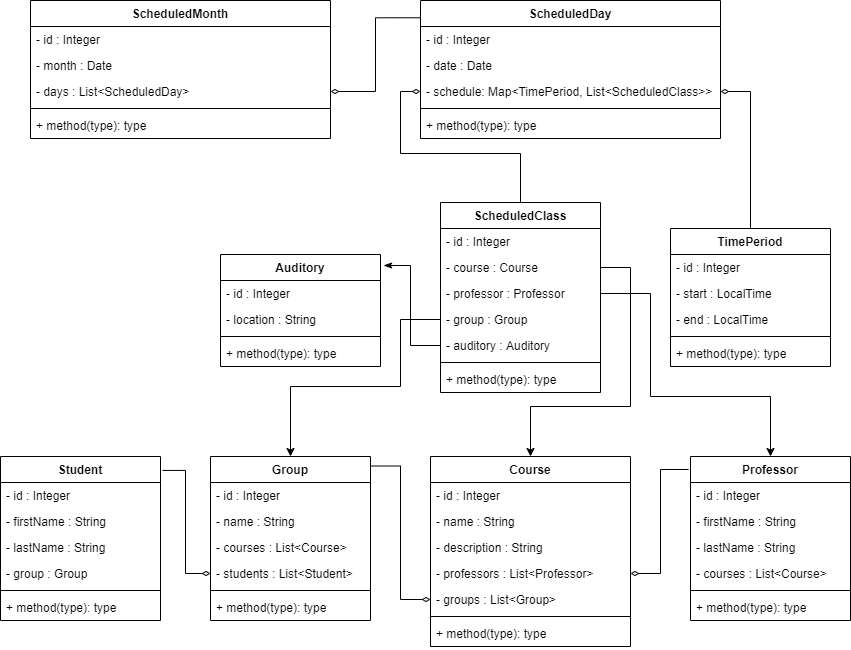
dahgor/university-timetable keeps this draw.io diagram as university.png. Above is the earlier version. Source tidied: cells renumbered, new cells last; positions are measured from the earlier drawing's top-left corner, leaving out a move shared by most shapes.
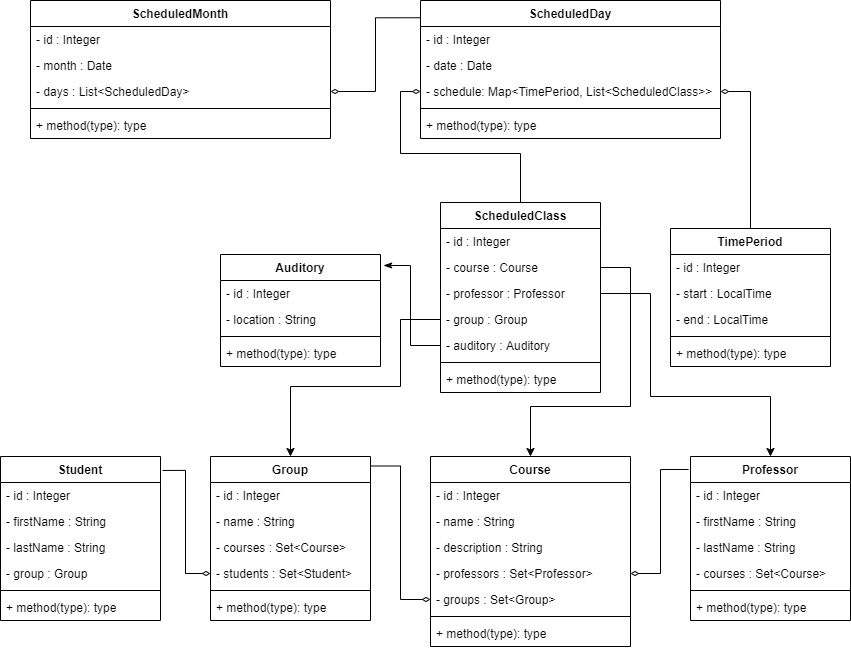
The same diagram one commit later.

Commit message:
Changed List to Set

Change to the diagram source:
```diff
@@ -137,10 +137,10 @@
     <mxCell id="46" value="- name : String" style="text;strokeColor=none;fillColor=none;align=left;verticalAlign=top;spacingLeft=4;spacingRight=4;overflow=hidden;" parent="44" vertex="1">
       <mxGeometry y="52" width="160" height="26" as="geometry" />
     </mxCell>
-    <mxCell id="47" value="- courses : List&lt;Course&gt;" style="text;strokeColor=none;fillColor=none;align=left;verticalAlign=top;spacingLeft=4;spacingRight=4;overflow=hidden;" parent="44" vertex="1">
+    <mxCell id="47" value="- courses : Set&lt;Course&gt;" style="text;strokeColor=none;fillColor=none;align=left;verticalAlign=top;spacingLeft=4;spacingRight=4;overflow=hidden;" parent="44" vertex="1">
       <mxGeometry y="78" width="160" height="26" as="geometry" />
     </mxCell>
-    <mxCell id="48" value="- students : List&lt;Student&gt;" style="text;strokeColor=none;fillColor=none;align=left;verticalAlign=top;spacingLeft=4;spacingRight=4;overflow=hidden;points=[[0,0.5],[1,0.5]];portConstraint=eastwest;" parent="44" vertex="1">
+    <mxCell id="48" value="- students : Set&lt;Student&gt;" style="text;strokeColor=none;fillColor=none;align=left;verticalAlign=top;spacingLeft=4;spacingRight=4;overflow=hidden;points=[[0,0.5],[1,0.5]];portConstraint=eastwest;" parent="44" vertex="1">
       <mxGeometry y="104" width="160" height="26" as="geometry" />
     </mxCell>
     <mxCell id="49" style="line;strokeWidth=1;fillColor=none;align=left;verticalAlign=middle;spacingTop=-1;spacingLeft=3;spacingRight=3;labelPosition=right;" parent="44" vertex="1">
@@ -161,10 +161,10 @@
     <mxCell id="54" value="- description : String" style="text;strokeColor=none;fillColor=none;align=left;verticalAlign=top;spacingLeft=4;spacingRight=4;overflow=hidden;" parent="51" vertex="1">
       <mxGeometry y="78" width="200" height="26" as="geometry" />
     </mxCell>
-    <mxCell id="55" value="- professors : List&lt;Professor&gt;" style="text;strokeColor=none;fillColor=none;align=left;verticalAlign=top;spacingLeft=4;spacingRight=4;overflow=hidden;points=[[0,0.5],[1,0.5]];portConstraint=eastwest;" parent="51" vertex="1">
+    <mxCell id="55" value="- professors : Set&lt;Professor&gt;" style="text;strokeColor=none;fillColor=none;align=left;verticalAlign=top;spacingLeft=4;spacingRight=4;overflow=hidden;points=[[0,0.5],[1,0.5]];portConstraint=eastwest;" parent="51" vertex="1">
       <mxGeometry y="104" width="200" height="26" as="geometry" />
     </mxCell>
-    <mxCell id="56" value="- groups : List&lt;Group&gt;" style="text;strokeColor=none;fillColor=none;align=left;verticalAlign=top;spacingLeft=4;spacingRight=4;overflow=hidden;points=[[0,0.5],[1,0.5]];portConstraint=eastwest;" parent="51" vertex="1">
+    <mxCell id="56" value="- groups : Set&lt;Group&gt;" style="text;strokeColor=none;fillColor=none;align=left;verticalAlign=top;spacingLeft=4;spacingRight=4;overflow=hidden;points=[[0,0.5],[1,0.5]];portConstraint=eastwest;" parent="51" vertex="1">
       <mxGeometry y="130" width="200" height="26" as="geometry" />
     </mxCell>
     <mxCell id="57" style="line;strokeWidth=1;fillColor=none;align=left;verticalAlign=middle;spacingTop=-1;spacingLeft=3;spacingRight=3;labelPosition=right;" parent="51" vertex="1">
@@ -185,7 +185,7 @@
     <mxCell id="62" value="- lastName : String" style="text;strokeColor=none;fillColor=none;align=left;verticalAlign=top;spacingLeft=4;spacingRight=4;overflow=hidden;" parent="59" vertex="1">
       <mxGeometry y="78" width="160" height="26" as="geometry" />
     </mxCell>
-    <mxCell id="63" value="- courses : List&lt;Course&gt;" style="text;strokeColor=none;fillColor=none;align=left;verticalAlign=top;spacingLeft=4;spacingRight=4;overflow=hidden;" parent="59" vertex="1">
+    <mxCell id="63" value="- courses : Set&lt;Course&gt;" style="text;strokeColor=none;fillColor=none;align=left;verticalAlign=top;spacingLeft=4;spacingRight=4;overflow=hidden;" parent="59" vertex="1">
       <mxGeometry y="104" width="160" height="26" as="geometry" />
     </mxCell>
     <mxCell id="64" style="line;strokeWidth=1;fillColor=none;align=left;verticalAlign=middle;spacingTop=-1;spacingLeft=3;spacingRight=3;labelPosition=right;" parent="59" vertex="1">
```
